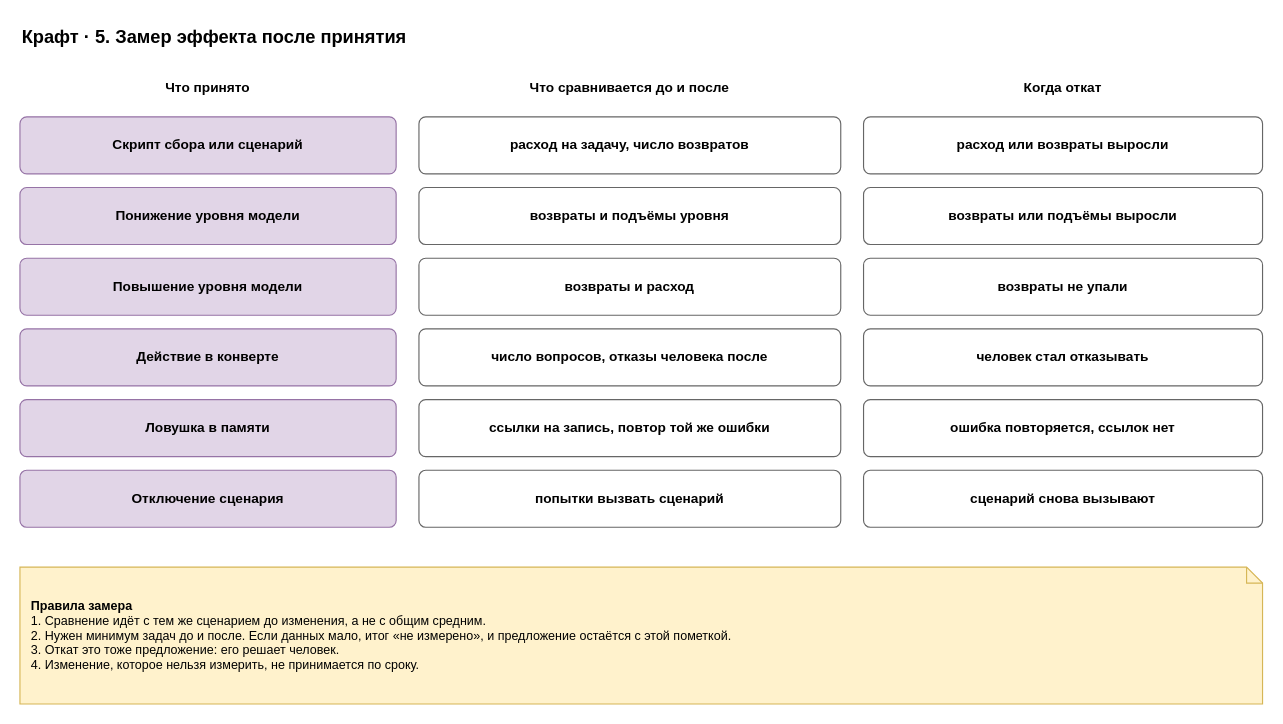
Above: page "5. Замер эффекта" (5 of 7) of docs/spec/harness-craft.drawio in roygkov/reins (draw.io), before the change. Source tidied: cells renumbered, new cells numbered last; positions are measured from the earlier drawing's top-left corner, leaving out a move shared by most shapes. Both pictures are drawn from the tidied source at 114%, with x=0, y=0 at pixel (19, 19).
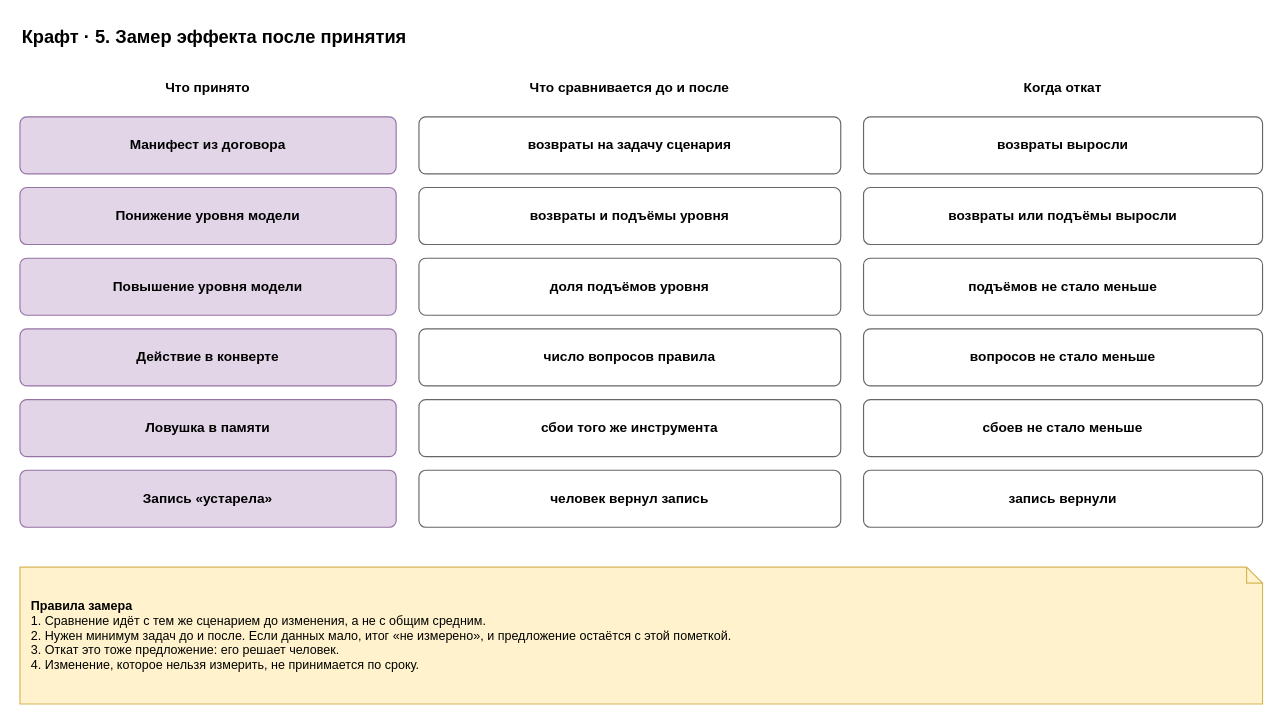
The same page after the edit.

Change to the diagram source:
```diff
@@
-    <mxCell id="6" value="&lt;b&gt;Скрипт сбора или сценарий&lt;/b&gt;" style="rounded=1;whiteSpace=wrap;html=1;fillColor=#e1d5e7;strokeColor=#9673a6;arcSize=12;" parent="1" vertex="1">
+    <mxCell id="6" value="&lt;b&gt;Манифест из договора&lt;/b&gt;" style="rounded=1;whiteSpace=wrap;html=1;fillColor=#e1d5e7;strokeColor=#9673a6;arcSize=12;" parent="1" vertex="1">
       <mxGeometry y="85" width="330" height="50" as="geometry" />
     </mxCell>
-    <mxCell id="7" value="&lt;b&gt;расход на задачу, число возвратов&lt;/b&gt;" style="rounded=1;whiteSpace=wrap;html=1;fillColor=#ffffff;strokeColor=#666666;arcSize=12;fontStyle=0;" parent="1" vertex="1">
+    <mxCell id="7" value="&lt;b&gt;возвраты на задачу сценария&lt;/b&gt;" style="rounded=1;whiteSpace=wrap;html=1;fillColor=#ffffff;strokeColor=#666666;arcSize=12;fontStyle=0;" parent="1" vertex="1">
       <mxGeometry x="350" y="85" width="370" height="50" as="geometry" />
     </mxCell>
-    <mxCell id="8" value="&lt;b&gt;расход или возвраты выросли&lt;/b&gt;" style="rounded=1;whiteSpace=wrap;html=1;fillColor=#ffffff;strokeColor=#666666;arcSize=12;fontStyle=0;" parent="1" vertex="1">
+    <mxCell id="8" value="&lt;b&gt;возвраты выросли&lt;/b&gt;" style="rounded=1;whiteSpace=wrap;html=1;fillColor=#ffffff;strokeColor=#666666;arcSize=12;fontStyle=0;" parent="1" vertex="1">
       <mxGeometry x="740" y="85" width="350" height="50" as="geometry" />
     </mxCell>
@@
-    <mxCell id="13" value="&lt;b&gt;возвраты и расход&lt;/b&gt;" style="rounded=1;whiteSpace=wrap;html=1;fillColor=#ffffff;strokeColor=#666666;arcSize=12;fontStyle=0;" parent="1" vertex="1">
+    <mxCell id="13" value="&lt;b&gt;доля подъёмов уровня&lt;/b&gt;" style="rounded=1;whiteSpace=wrap;html=1;fillColor=#ffffff;strokeColor=#666666;arcSize=12;fontStyle=0;" parent="1" vertex="1">
       <mxGeometry x="350" y="209" width="370" height="50" as="geometry" />
     </mxCell>
-    <mxCell id="14" value="&lt;b&gt;возвраты не упали&lt;/b&gt;" style="rounded=1;whiteSpace=wrap;html=1;fillColor=#ffffff;strokeColor=#666666;arcSize=12;fontStyle=0;" parent="1" vertex="1">
+    <mxCell id="14" value="&lt;b&gt;подъёмов не стало меньше&lt;/b&gt;" style="rounded=1;whiteSpace=wrap;html=1;fillColor=#ffffff;strokeColor=#666666;arcSize=12;fontStyle=0;" parent="1" vertex="1">
       <mxGeometry x="740" y="209" width="350" height="50" as="geometry" />
     </mxCell>
@@
-    <mxCell id="16" value="&lt;b&gt;число вопросов, отказы человека после&lt;/b&gt;" style="rounded=1;whiteSpace=wrap;html=1;fillColor=#ffffff;strokeColor=#666666;arcSize=12;fontStyle=0;" parent="1" vertex="1">
+    <mxCell id="16" value="&lt;b&gt;число вопросов правила&lt;/b&gt;" style="rounded=1;whiteSpace=wrap;html=1;fillColor=#ffffff;strokeColor=#666666;arcSize=12;fontStyle=0;" parent="1" vertex="1">
       <mxGeometry x="350" y="271" width="370" height="50" as="geometry" />
     </mxCell>
-    <mxCell id="17" value="&lt;b&gt;человек стал отказывать&lt;/b&gt;" style="rounded=1;whiteSpace=wrap;html=1;fillColor=#ffffff;strokeColor=#666666;arcSize=12;fontStyle=0;" parent="1" vertex="1">
+    <mxCell id="17" value="&lt;b&gt;вопросов не стало меньше&lt;/b&gt;" style="rounded=1;whiteSpace=wrap;html=1;fillColor=#ffffff;strokeColor=#666666;arcSize=12;fontStyle=0;" parent="1" vertex="1">
       <mxGeometry x="740" y="271" width="350" height="50" as="geometry" />
     </mxCell>
@@
-    <mxCell id="19" value="&lt;b&gt;ссылки на запись, повтор той же ошибки&lt;/b&gt;" style="rounded=1;whiteSpace=wrap;html=1;fillColor=#ffffff;strokeColor=#666666;arcSize=12;fontStyle=0;" parent="1" vertex="1">
+    <mxCell id="19" value="&lt;b&gt;сбои того же инструмента&lt;/b&gt;" style="rounded=1;whiteSpace=wrap;html=1;fillColor=#ffffff;strokeColor=#666666;arcSize=12;fontStyle=0;" parent="1" vertex="1">
       <mxGeometry x="350" y="333" width="370" height="50" as="geometry" />
     </mxCell>
-    <mxCell id="20" value="&lt;b&gt;ошибка повторяется, ссылок нет&lt;/b&gt;" style="rounded=1;whiteSpace=wrap;html=1;fillColor=#ffffff;strokeColor=#666666;arcSize=12;fontStyle=0;" parent="1" vertex="1">
+    <mxCell id="20" value="&lt;b&gt;сбоев не стало меньше&lt;/b&gt;" style="rounded=1;whiteSpace=wrap;html=1;fillColor=#ffffff;strokeColor=#666666;arcSize=12;fontStyle=0;" parent="1" vertex="1">
       <mxGeometry x="740" y="333" width="350" height="50" as="geometry" />
     </mxCell>
-    <mxCell id="21" value="&lt;b&gt;Отключение сценария&lt;/b&gt;" style="rounded=1;whiteSpace=wrap;html=1;fillColor=#e1d5e7;strokeColor=#9673a6;arcSize=12;" parent="1" vertex="1">
+    <mxCell id="21" value="&lt;b&gt;Запись «устарела»&lt;/b&gt;" style="rounded=1;whiteSpace=wrap;html=1;fillColor=#e1d5e7;strokeColor=#9673a6;arcSize=12;" parent="1" vertex="1">
       <mxGeometry y="395" width="330" height="50" as="geometry" />
     </mxCell>
-    <mxCell id="22" value="&lt;b&gt;попытки вызвать сценарий&lt;/b&gt;" style="rounded=1;whiteSpace=wrap;html=1;fillColor=#ffffff;strokeColor=#666666;arcSize=12;fontStyle=0;" parent="1" vertex="1">
+    <mxCell id="22" value="&lt;b&gt;человек вернул запись&lt;/b&gt;" style="rounded=1;whiteSpace=wrap;html=1;fillColor=#ffffff;strokeColor=#666666;arcSize=12;fontStyle=0;" parent="1" vertex="1">
       <mxGeometry x="350" y="395" width="370" height="50" as="geometry" />
     </mxCell>
-    <mxCell id="23" value="&lt;b&gt;сценарий снова вызывают&lt;/b&gt;" style="rounded=1;whiteSpace=wrap;html=1;fillColor=#ffffff;strokeColor=#666666;arcSize=12;fontStyle=0;" parent="1" vertex="1">
+    <mxCell id="23" value="&lt;b&gt;запись вернули&lt;/b&gt;" style="rounded=1;whiteSpace=wrap;html=1;fillColor=#ffffff;strokeColor=#666666;arcSize=12;fontStyle=0;" parent="1" vertex="1">
       <mxGeometry x="740" y="395" width="350" height="50" as="geometry" />
     </mxCell>
```
